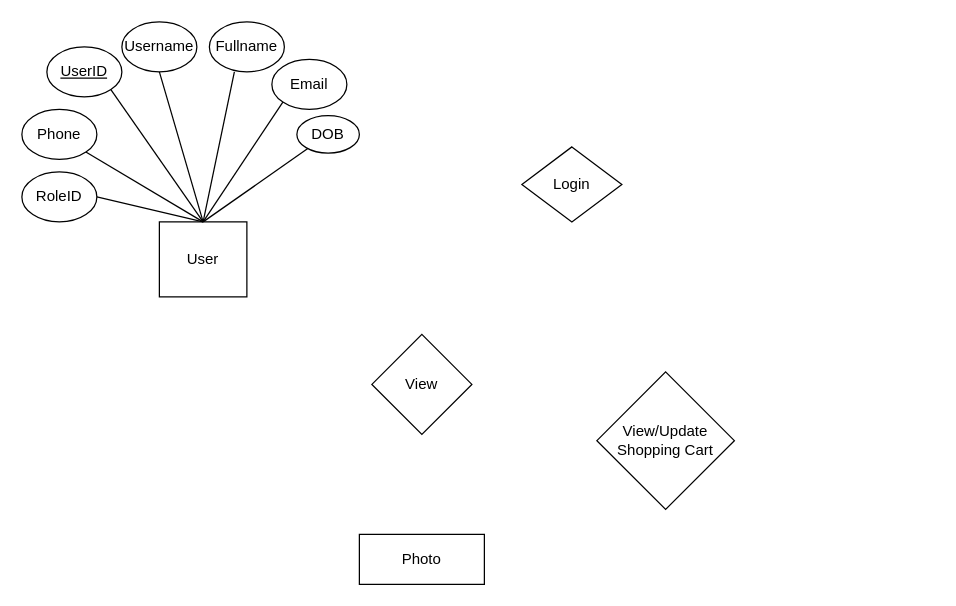
The draw.io diagram Untitled Diagram.drawio in guffghoul/capstone_blockchain, before the edit. Source tidied: cells renumbered, new cells numbered last; positions are measured from the earlier drawing's top-left corner, leaving out a move shared by most shapes. Both pictures are drawn from the tidied source at 125%, with x=0, y=0 at pixel (21, 21).
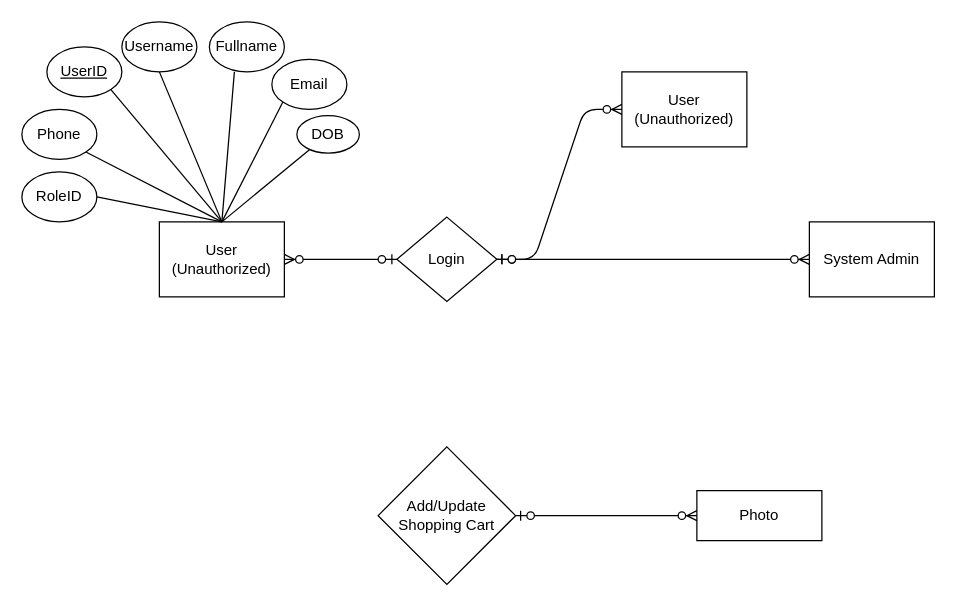
After the change.

Diff of the diagram source:
```diff
@@
-    <mxCell id="2" value="Login" style="rhombus;whiteSpace=wrap;html=1;" parent="1" vertex="1">
-      <mxGeometry x="400" y="100" width="80" height="60" as="geometry" />
-    </mxCell>
-    <mxCell id="3" value="User" style="rounded=0;whiteSpace=wrap;html=1;" parent="1" vertex="1">
-      <mxGeometry x="110" y="160" width="70" height="60" as="geometry" />
+    <mxCell id="3" value="User (Unauthorized)" style="rounded=0;whiteSpace=wrap;html=1;" parent="1" vertex="1">
+      <mxGeometry x="110" y="160" width="100" height="60" as="geometry" />
     </mxCell>
-    <mxCell id="4" value="View" style="rhombus;whiteSpace=wrap;html=1;" parent="1" vertex="1">
-      <mxGeometry x="280" y="250" width="80" height="80" as="geometry" />
-    </mxCell>
-    <mxCell id="5" value="View/Update Shopping Cart" style="rhombus;whiteSpace=wrap;html=1;" parent="1" vertex="1">
-      <mxGeometry x="460" y="280" width="110" height="110" as="geometry" />
+    <mxCell id="5" value="Add/Update Shopping Cart" style="rhombus;whiteSpace=wrap;html=1;" parent="1" vertex="1">
+      <mxGeometry x="285" y="340" width="110" height="110" as="geometry" />
     </mxCell>
     <mxCell id="6" value="Photo" style="rounded=0;whiteSpace=wrap;html=1;" parent="1" vertex="1">
-      <mxGeometry x="270" y="410" width="100" height="40" as="geometry" />
+      <mxGeometry x="540" y="375" width="100" height="40" as="geometry" />
     </mxCell>
@@
+    <mxCell id="21" style="edgeStyle=entityRelationEdgeStyle;fontSize=12;html=1;endArrow=ERzeroToMany;startArrow=ERzeroToOne;entryX=0;entryY=0.5;entryDx=0;entryDy=0;exitX=1;exitY=0.5;exitDx=0;exitDy=0;" parent="1" edge="1" source="5" target="6">
+      <mxGeometry relative="1" as="geometry" />
+    </mxCell>
+    <mxCell id="2" value="Login" style="rhombus;whiteSpace=wrap;html=1;" parent="1" vertex="1">
+      <mxGeometry x="300" y="156.2" width="80" height="67.5" as="geometry" />
+    </mxCell>
+    <mxCell id="22" style="edgeStyle=entityRelationEdgeStyle;fontSize=12;html=1;endArrow=ERzeroToMany;startArrow=ERzeroToOne;entryX=1;entryY=0.5;entryDx=0;entryDy=0;exitX=0;exitY=0.5;exitDx=0;exitDy=0;" parent="1" edge="1" source="2" target="3">
+      <mxGeometry relative="1" as="geometry" />
+    </mxCell>
+    <mxCell id="23" value="User (Unauthorized)" style="rounded=0;whiteSpace=wrap;html=1;" parent="1" vertex="1">
+      <mxGeometry x="480" y="40" width="100" height="60" as="geometry" />
+    </mxCell>
+    <mxCell id="24" style="edgeStyle=entityRelationEdgeStyle;fontSize=12;html=1;endArrow=ERzeroToMany;startArrow=ERzeroToOne;entryX=0;entryY=0.5;entryDx=0;entryDy=0;exitX=1;exitY=0.5;exitDx=0;exitDy=0;" parent="1" edge="1" source="2" target="23">
+      <mxGeometry relative="1" as="geometry" />
+    </mxCell>
+    <mxCell id="25" value="System Admin" style="rounded=0;whiteSpace=wrap;html=1;" parent="1" vertex="1">
+      <mxGeometry x="630" y="160" width="100" height="60" as="geometry" />
+    </mxCell>
+    <mxCell id="26" style="edgeStyle=entityRelationEdgeStyle;fontSize=12;html=1;endArrow=ERzeroToMany;startArrow=ERzeroToOne;entryX=0;entryY=0.5;entryDx=0;entryDy=0;exitX=1;exitY=0.5;exitDx=0;exitDy=0;" parent="1" edge="1" source="2" target="25">
+      <mxGeometry relative="1" as="geometry" />
+    </mxCell>
```
